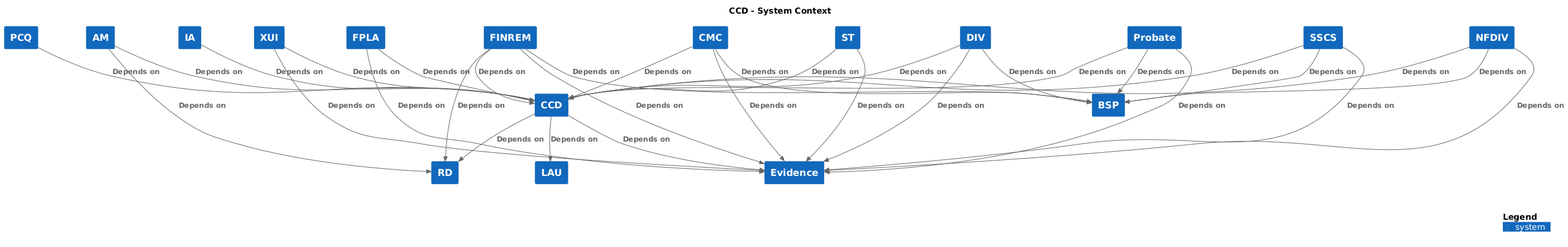
hmcts/cnp-api-docs keeps this PlantUML diagram as docs/c4/ccd/images/structurizr-ccd-context.png. Above is the earlier version.
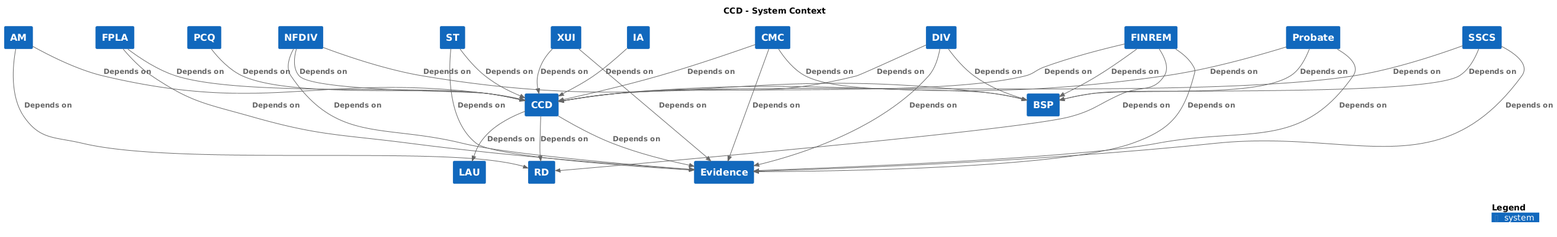
After the change.

The edit, as a diff of the source:
```diff
@@ -7,7 +7,6 @@
 !include <C4/C4>
 !include <C4/C4_Context>
 
-System(IA, "IA", $descr="", $tags="", $link="")
 System(FPLA, "FPLA", $descr="", $tags="", $link="")
 System(RD, "RD", $descr="", $tags="", $link="")
 System(NFDIV, "NFDIV", $descr="", $tags="", $link="")
@@ -24,6 +23,7 @@
 System(FINREM, "FINREM", $descr="", $tags="", $link="")
 System(Probate, "Probate", $descr="", $tags="", $link="")
 System(SSCS, "SSCS", $descr="", $tags="", $link="")
+System(IA, "IA", $descr="", $tags="", $link="")
 
 Rel(CCD, Evidence, "Depends on", $techn="", $tags="", $link="")
 Rel(CCD, LAU, "Depends on", $techn="", $tags="", $link="")
```
